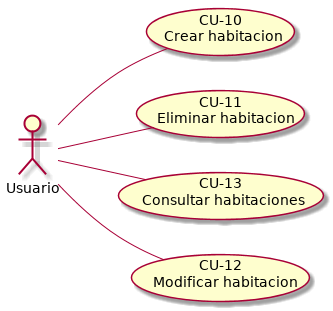
ulisescolina/UC-POOII keeps this PlantUML diagram as Integrador/PCHouse/UMLDoc/Diagrama Casos de Uso/diagrama_de_casos_de_uso_habitacion.png. Above is the earlier version.
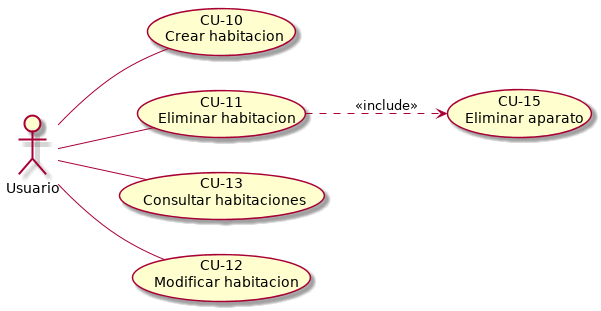
The same diagram one commit later.

The edit, as a diff of the source:
```diff
@@ -4,4 +4,5 @@
 :Usuario: -- (CU-11\nEliminar habitacion)
 :Usuario: -- (CU-13\nConsultar habitaciones)
 :Usuario: -- (CU-12\nModificar habitacion)
+(CU-11\nEliminar habitacion) ..> (CU-15\nEliminar aparato): <<include>>
 @enduml
```
